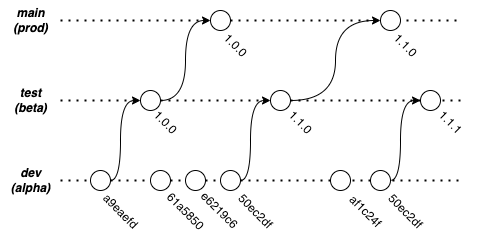
Earlier version of the draw.io export img/tesi-18-release-flow.drawio.png (paganellif/tesi-paganelli). Source tidied: cells renumbered, new cells last; positions are measured from the earlier drawing's top-left corner, leaving out a move shared by most shapes. The source it was exported from:
```xml
<mxGraphModel>
  <root>
    <mxCell id="0" />
    <mxCell id="1" parent="0" />
    <mxCell id="2" value="&lt;b&gt;&lt;i&gt;dev&lt;br&gt;(alpha)&lt;br&gt;&lt;/i&gt;&lt;/b&gt;" style="text;html=1;align=center;verticalAlign=middle;strokeColor=none;fillColor=none;" parent="1" vertex="1">
      <mxGeometry y="160" width="60" height="40" as="geometry" />
    </mxCell>
    <mxCell id="3" value="&lt;b&gt;&lt;i&gt;test&lt;br&gt;(beta)&lt;br&gt;&lt;/i&gt;&lt;/b&gt;" style="text;html=1;align=center;verticalAlign=middle;strokeColor=none;fillColor=none;" parent="1" vertex="1">
      <mxGeometry y="80" width="60" height="40" as="geometry" />
    </mxCell>
    <mxCell id="4" value="&lt;b&gt;&lt;i&gt;main&lt;br&gt;(prod)&lt;br&gt;&lt;/i&gt;&lt;/b&gt;" style="text;html=1;align=center;verticalAlign=middle;strokeColor=none;fillColor=none;" parent="1" vertex="1">
      <mxGeometry width="60" height="40" as="geometry" />
    </mxCell>
    <mxCell id="5" style="endArrow=none;dashed=1;html=1;dashPattern=1 3;strokeWidth=2;rounded=0;startArrow=none;" parent="1" edge="1" source="27">
      <mxGeometry relative="1" as="geometry">
        <mxPoint x="460" y="20" as="targetPoint" />
      </mxGeometry>
    </mxCell>
    <mxCell id="6" value="a9eaefd" style="text;html=1;align=center;verticalAlign=middle;strokeColor=none;fillColor=none;rotation=45;" parent="1" vertex="1">
      <mxGeometry x="85" y="196" width="70" height="30" as="geometry" />
    </mxCell>
    <mxCell id="7" value="1.0.0" style="text;html=1;align=center;verticalAlign=middle;strokeColor=none;fillColor=none;rotation=45;" parent="1" vertex="1">
      <mxGeometry x="140" y="107" width="50" height="30" as="geometry" />
    </mxCell>
    <mxCell id="8" value="61a5850" style="text;html=1;align=center;verticalAlign=middle;strokeColor=none;fillColor=none;rotation=45;" parent="1" vertex="1">
      <mxGeometry x="150" y="196" width="70" height="30" as="geometry" />
    </mxCell>
    <mxCell id="9" value="e6219c6&amp;nbsp;" style="text;html=1;align=center;verticalAlign=middle;strokeColor=none;fillColor=none;rotation=45;" parent="1" vertex="1">
      <mxGeometry x="185" y="196" width="70" height="30" as="geometry" />
    </mxCell>
    <mxCell id="10" style="endArrow=none;dashed=1;html=1;dashPattern=1 3;strokeWidth=2;rounded=0;startArrow=none;" parent="1" edge="1" source="25">
      <mxGeometry relative="1" as="geometry">
        <mxPoint x="460" y="100" as="targetPoint" />
      </mxGeometry>
    </mxCell>
    <mxCell id="11" style="endArrow=none;dashed=1;html=1;dashPattern=1 3;strokeWidth=2;rounded=0;startArrow=none;" parent="1" edge="1" source="23">
      <mxGeometry relative="1" as="geometry">
        <mxPoint x="460" y="180" as="targetPoint" />
      </mxGeometry>
    </mxCell>
    <mxCell id="12" style="edgeStyle=orthogonalEdgeStyle;rounded=0;jettySize=auto;html=1;curved=1;entryX=1;entryY=0.5;entryDx=0;entryDy=0;" parent="1" edge="1" source="13" target="16">
      <mxGeometry relative="1" as="geometry">
        <Array as="points">
          <mxPoint x="120" y="180" />
          <mxPoint x="120" y="100" />
        </Array>
      </mxGeometry>
    </mxCell>
    <mxCell id="13" style="ellipse;whiteSpace=wrap;html=1;direction=west;" parent="1" vertex="1">
      <mxGeometry x="90" y="170" width="20" height="20" as="geometry" />
    </mxCell>
    <mxCell id="14" style="endArrow=none;dashed=1;html=1;dashPattern=1 3;strokeWidth=2;rounded=0;" parent="1" edge="1" target="13">
      <mxGeometry relative="1" as="geometry">
        <mxPoint x="60" y="180" as="sourcePoint" />
      </mxGeometry>
    </mxCell>
    <mxCell id="15" style="edgeStyle=orthogonalEdgeStyle;curved=1;rounded=0;jettySize=auto;html=1;entryX=1;entryY=0.5;entryDx=0;entryDy=0;" parent="1" edge="1" source="16" target="27">
      <mxGeometry relative="1" as="geometry" />
    </mxCell>
    <mxCell id="16" style="ellipse;whiteSpace=wrap;html=1;direction=west;" parent="1" vertex="1">
      <mxGeometry x="140" y="90" width="20" height="20" as="geometry" />
    </mxCell>
    <mxCell id="17" style="endArrow=none;dashed=1;html=1;dashPattern=1 3;strokeWidth=2;rounded=0;" parent="1" edge="1" target="16">
      <mxGeometry relative="1" as="geometry">
        <mxPoint x="60" y="100" as="sourcePoint" />
      </mxGeometry>
    </mxCell>
    <mxCell id="18" style="ellipse;whiteSpace=wrap;html=1;direction=west;" parent="1" vertex="1">
      <mxGeometry x="150" y="170" width="20" height="20" as="geometry" />
    </mxCell>
    <mxCell id="19" style="endArrow=none;dashed=1;html=1;dashPattern=1 3;strokeWidth=2;rounded=0;startArrow=none;" parent="1" edge="1" source="13" target="18">
      <mxGeometry relative="1" as="geometry" />
    </mxCell>
    <mxCell id="20" style="ellipse;whiteSpace=wrap;html=1;direction=west;" parent="1" vertex="1">
      <mxGeometry x="185" y="170" width="20" height="20" as="geometry" />
    </mxCell>
    <mxCell id="21" style="endArrow=none;dashed=1;html=1;dashPattern=1 3;strokeWidth=2;rounded=0;startArrow=none;" parent="1" edge="1" source="18" target="20">
      <mxGeometry relative="1" as="geometry" />
    </mxCell>
    <mxCell id="22" style="edgeStyle=orthogonalEdgeStyle;curved=1;rounded=0;jettySize=auto;html=1;entryX=1;entryY=0.5;entryDx=0;entryDy=0;" parent="1" edge="1" source="23" target="25">
      <mxGeometry relative="1" as="geometry">
        <Array as="points">
          <mxPoint x="250" y="180" />
          <mxPoint x="250" y="100" />
        </Array>
      </mxGeometry>
    </mxCell>
    <mxCell id="23" style="ellipse;whiteSpace=wrap;html=1;direction=west;" parent="1" vertex="1">
      <mxGeometry x="220" y="170" width="20" height="20" as="geometry" />
    </mxCell>
    <mxCell id="24" style="endArrow=none;dashed=1;html=1;dashPattern=1 3;strokeWidth=2;rounded=0;startArrow=none;" parent="1" edge="1" source="20" target="23">
      <mxGeometry relative="1" as="geometry" />
    </mxCell>
    <mxCell id="25" style="ellipse;whiteSpace=wrap;html=1;direction=west;" parent="1" vertex="1">
      <mxGeometry x="270" y="90" width="20" height="20" as="geometry" />
    </mxCell>
    <mxCell id="26" style="endArrow=none;dashed=1;html=1;dashPattern=1 3;strokeWidth=2;rounded=0;startArrow=none;" parent="1" edge="1" source="16" target="25">
      <mxGeometry relative="1" as="geometry" />
    </mxCell>
    <mxCell id="27" style="ellipse;whiteSpace=wrap;html=1;direction=west;" parent="1" vertex="1">
      <mxGeometry x="210" y="10" width="20" height="20" as="geometry" />
    </mxCell>
    <mxCell id="28" style="endArrow=none;dashed=1;html=1;dashPattern=1 3;strokeWidth=2;rounded=0;" parent="1" edge="1" target="27">
      <mxGeometry relative="1" as="geometry">
        <mxPoint x="60" y="20" as="sourcePoint" />
      </mxGeometry>
    </mxCell>
    <mxCell id="29" value="50ec2df" style="text;html=1;align=center;verticalAlign=middle;strokeColor=none;fillColor=none;rotation=45;" parent="1" vertex="1">
      <mxGeometry x="220" y="196" width="70" height="30" as="geometry" />
    </mxCell>
    <mxCell id="30" value="1.1.0" style="text;html=1;align=center;verticalAlign=middle;strokeColor=none;fillColor=none;rotation=45;" parent="1" vertex="1">
      <mxGeometry x="275" y="107" width="50" height="30" as="geometry" />
    </mxCell>
    <mxCell id="31" value="1.0.0" style="text;html=1;align=center;verticalAlign=middle;strokeColor=none;fillColor=none;rotation=45;" parent="1" vertex="1">
      <mxGeometry x="210" y="30" width="50" height="30" as="geometry" />
    </mxCell>
    <mxCell id="32" style="edgeStyle=orthogonalEdgeStyle;curved=1;rounded=0;jettySize=auto;html=1;entryX=1;entryY=0.5;entryDx=0;entryDy=0;" parent="1" edge="1" source="33" target="34">
      <mxGeometry relative="1" as="geometry">
        <Array as="points">
          <mxPoint x="400" y="180" />
          <mxPoint x="400" y="100" />
        </Array>
      </mxGeometry>
    </mxCell>
    <mxCell id="33" style="ellipse;whiteSpace=wrap;html=1;direction=west;" parent="1" vertex="1">
      <mxGeometry x="370" y="170" width="20" height="20" as="geometry" />
    </mxCell>
    <mxCell id="34" style="ellipse;whiteSpace=wrap;html=1;direction=west;" parent="1" vertex="1">
      <mxGeometry x="420" y="90" width="20" height="20" as="geometry" />
    </mxCell>
    <mxCell id="35" value="50ec2df" style="text;html=1;align=center;verticalAlign=middle;strokeColor=none;fillColor=none;rotation=45;" parent="1" vertex="1">
      <mxGeometry x="370" y="196" width="70" height="30" as="geometry" />
    </mxCell>
    <mxCell id="36" value="1.1.1" style="text;html=1;align=center;verticalAlign=middle;strokeColor=none;fillColor=none;rotation=45;" parent="1" vertex="1">
      <mxGeometry x="425" y="107" width="50" height="30" as="geometry" />
    </mxCell>
    <mxCell id="37" style="ellipse;whiteSpace=wrap;html=1;direction=west;" parent="1" vertex="1">
      <mxGeometry x="330" y="170" width="20" height="20" as="geometry" />
    </mxCell>
    <mxCell id="38" value="af1c24f" style="text;html=1;align=center;verticalAlign=middle;strokeColor=none;fillColor=none;rotation=45;" parent="1" vertex="1">
      <mxGeometry x="335" y="196" width="60" height="30" as="geometry" />
    </mxCell>
    <mxCell id="39" style="edgeStyle=orthogonalEdgeStyle;curved=1;rounded=0;jettySize=auto;html=1;entryX=1;entryY=0.5;entryDx=0;entryDy=0;" parent="1" edge="1" target="40">
      <mxGeometry relative="1" as="geometry">
        <mxPoint x="290" y="100" as="sourcePoint" />
      </mxGeometry>
    </mxCell>
    <mxCell id="40" style="ellipse;whiteSpace=wrap;html=1;direction=west;" parent="1" vertex="1">
      <mxGeometry x="380" y="10" width="20" height="20" as="geometry" />
    </mxCell>
    <mxCell id="41" value="1.1.0" style="text;html=1;align=center;verticalAlign=middle;strokeColor=none;fillColor=none;rotation=45;" parent="1" vertex="1">
      <mxGeometry x="380" y="30" width="50" height="30" as="geometry" />
    </mxCell>
  </root>
</mxGraphModel>
```
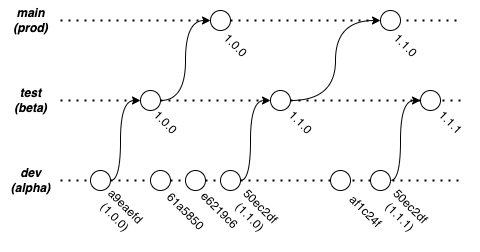
After the commit.

The edit, as a diff of the source:
```diff
@@ -16,8 +16,8 @@
         <mxPoint x="460" y="20" as="targetPoint" />
       </mxGeometry>
     </mxCell>
-    <mxCell id="6" value="a9eaefd" style="text;html=1;align=center;verticalAlign=middle;strokeColor=none;fillColor=none;rotation=45;" parent="1" vertex="1">
-      <mxGeometry x="85" y="196" width="70" height="30" as="geometry" />
+    <mxCell id="6" value="a9eaefd&lt;br&gt;(&lt;span style=&quot;color: rgba(0, 0, 0, 0); font-family: monospace; font-size: 0px; text-align: start;&quot;&gt;%3CmxGraphModel%3E%3Croot%3E%3CmxCell%20id%3D%220%22%2F%3E%3CmxCell%20id%3D%221%22%20parent%3D%220%22%2F%3E%3CmxCell%20id%3D%222%22%20value%3D%221.0.0%22%20style%3D%22text%3Bhtml%3D1%3Balign%3Dcenter%3BverticalAlign%3Dmiddle%3Bresizable%3D0%3Bpoints%3D%5B%5D%3Bautosize%3D1%3BstrokeColor%3Dnone%3BfillColor%3Dnone%3Brotation%3D45%3B%22%20vertex%3D%221%22%20parent%3D%221%22%3E%3CmxGeometry%20x%3D%22240%22%20y%3D%22167%22%20width%3D%2250%22%20height%3D%2230%22%20as%3D%22geometry%22%2F%3E%3C%2FmxCell%3E%3C%2Froot%3E%3C%2FmxGraphModel%3E)&lt;/span&gt;1.0.0)" style="text;html=1;align=center;verticalAlign=middle;strokeColor=none;fillColor=none;rotation=45;" parent="1" vertex="1">
+      <mxGeometry x="85" y="191" width="70" height="40" as="geometry" />
     </mxCell>
     <mxCell id="7" value="1.0.0" style="text;html=1;align=center;verticalAlign=middle;strokeColor=none;fillColor=none;rotation=45;" parent="1" vertex="1">
       <mxGeometry x="140" y="107" width="50" height="30" as="geometry" />
@@ -105,8 +105,8 @@
         <mxPoint x="60" y="20" as="sourcePoint" />
       </mxGeometry>
     </mxCell>
-    <mxCell id="29" value="50ec2df" style="text;html=1;align=center;verticalAlign=middle;strokeColor=none;fillColor=none;rotation=45;" parent="1" vertex="1">
-      <mxGeometry x="220" y="196" width="70" height="30" as="geometry" />
+    <mxCell id="29" value="50ec2df&lt;br&gt;(1.1.0)" style="text;html=1;align=center;verticalAlign=middle;strokeColor=none;fillColor=none;rotation=45;" parent="1" vertex="1">
+      <mxGeometry x="220" y="191" width="70" height="40" as="geometry" />
     </mxCell>
     <mxCell id="30" value="1.1.0" style="text;html=1;align=center;verticalAlign=middle;strokeColor=none;fillColor=none;rotation=45;" parent="1" vertex="1">
       <mxGeometry x="275" y="107" width="50" height="30" as="geometry" />
@@ -128,8 +128,8 @@
     <mxCell id="34" style="ellipse;whiteSpace=wrap;html=1;direction=west;" parent="1" vertex="1">
       <mxGeometry x="420" y="90" width="20" height="20" as="geometry" />
     </mxCell>
-    <mxCell id="35" value="50ec2df" style="text;html=1;align=center;verticalAlign=middle;strokeColor=none;fillColor=none;rotation=45;" parent="1" vertex="1">
-      <mxGeometry x="370" y="196" width="70" height="30" as="geometry" />
+    <mxCell id="35" value="50ec2df&lt;br&gt;(1.1.1)" style="text;html=1;align=center;verticalAlign=middle;strokeColor=none;fillColor=none;rotation=45;" parent="1" vertex="1">
+      <mxGeometry x="370" y="191" width="70" height="40" as="geometry" />
     </mxCell>
     <mxCell id="36" value="1.1.1" style="text;html=1;align=center;verticalAlign=middle;strokeColor=none;fillColor=none;rotation=45;" parent="1" vertex="1">
       <mxGeometry x="425" y="107" width="50" height="30" as="geometry" />
```
